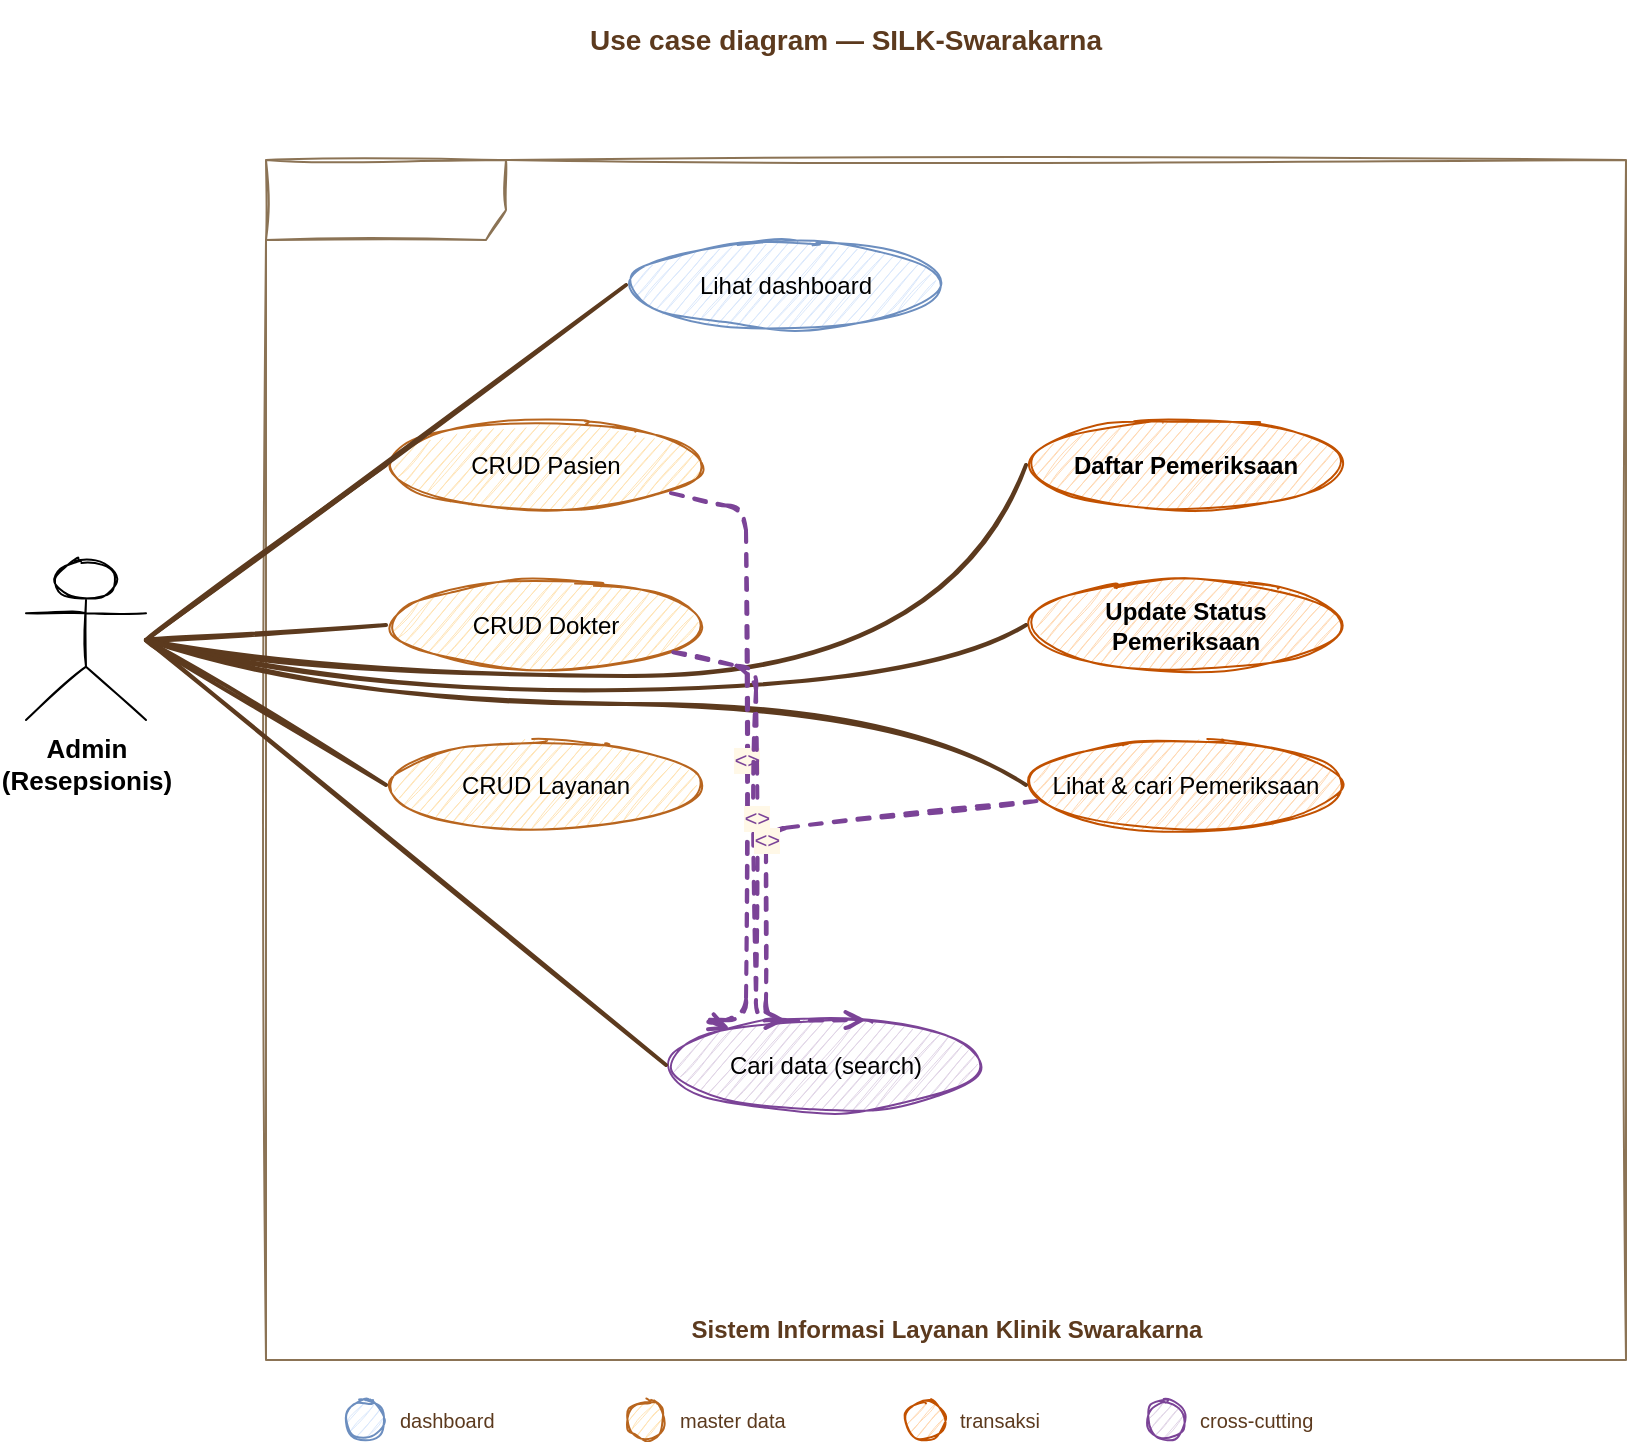
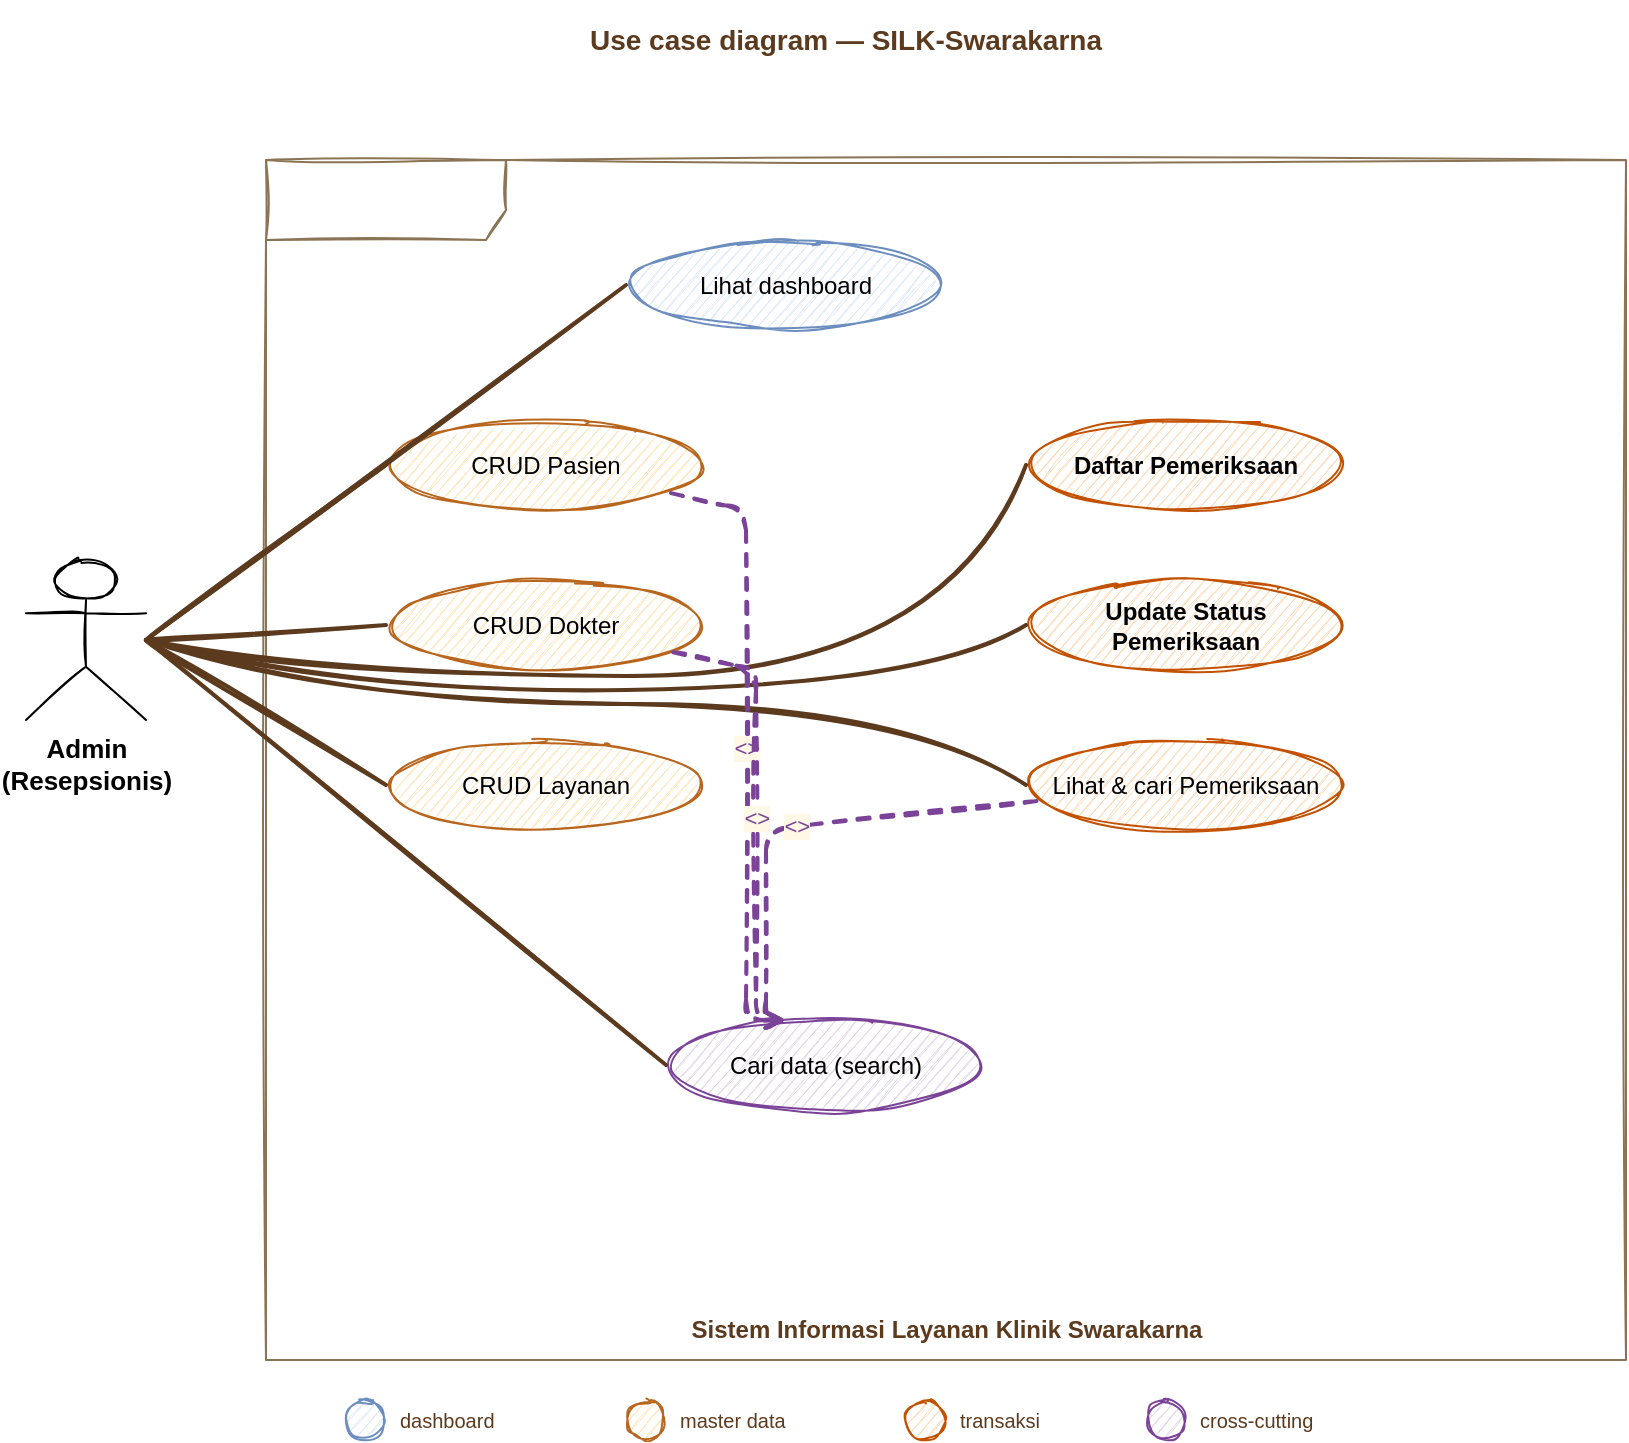
<?xml version="1.0" encoding="UTF-8"?>
<mxfile host="drawio" version="26.0.0">
  <diagram name="UML Use Case" id="uml-usecase-silk-swarakarna">
    <mxGraphModel dx="900" dy="800" grid="1" gridSize="10" guides="1" tooltips="1" connect="1" arrows="1" fold="1" page="1" pageScale="1" pageWidth="900" pageHeight="800" math="0" shadow="0">
      <root>
        <mxCell id="0" />
        <mxCell id="1" parent="0" />

        <mxCell id="title" value="Use case diagram — SILK-Swarakarna" style="text;html=1;align=center;verticalAlign=middle;whiteSpace=wrap;rounded=0;fontSize=14;fontStyle=1;fontColor=#5c3a1e;sketch=1;fontFamily=Helvetica;" vertex="1" parent="1">
          <mxGeometry x="60" y="20" width="780" height="40" as="geometry" />
        </mxCell>

        <mxCell id="boundary" value="" style="shape=umlFrame;whiteSpace=wrap;html=1;fillColor=none;strokeColor=#8b7355;sketch=1;width=120;height=40;" vertex="1" parent="1">
          <mxGeometry x="160" y="100" width="680" height="600" as="geometry" />
        </mxCell>
        <mxCell id="boundary-label" value="Sistem Informasi Layanan Klinik Swarakarna" style="text;html=1;align=center;verticalAlign=middle;fontSize=12;fontStyle=1;fontColor=#5c3a1e;sketch=0;fontFamily=Helvetica;" vertex="1" parent="boundary">
          <mxGeometry x="120" y="575" width="440" height="20" as="geometry" />
        </mxCell>

        <mxCell id="admin" value="Admin&#xa;(Resepsionis)" style="shape=umlActor;verticalLabelPosition=bottom;labelBackgroundColor=#ffffff;verticalAlign=top;html=1;outlineConnect=0;sketch=1;fontFamily=Helvetica;fontSize=13;fontStyle=1;" vertex="1" parent="1">
          <mxGeometry x="40" y="300" width="60" height="80" as="geometry" />
        </mxCell>

        <mxCell id="uc1" value="Lihat dashboard" style="ellipse;whiteSpace=wrap;html=1;fillColor=#dae8fc;strokeColor=#6c8ebf;sketch=1;fontFamily=Helvetica;fontSize=12;" vertex="1" parent="1">
          <mxGeometry x="340" y="140" width="160" height="45" as="geometry" />
        </mxCell>

        <mxCell id="uc2" value="CRUD Pasien" style="ellipse;whiteSpace=wrap;html=1;fillColor=#ffe4b5;strokeColor=#b8651e;sketch=1;fontFamily=Helvetica;fontSize=12;" vertex="1" parent="1">
          <mxGeometry x="220" y="230" width="160" height="45" as="geometry" />
        </mxCell>

        <mxCell id="uc3" value="CRUD Dokter" style="ellipse;whiteSpace=wrap;html=1;fillColor=#ffe4b5;strokeColor=#b8651e;sketch=1;fontFamily=Helvetica;fontSize=12;" vertex="1" parent="1">
          <mxGeometry x="220" y="310" width="160" height="45" as="geometry" />
        </mxCell>

        <mxCell id="uc4" value="CRUD Layanan" style="ellipse;whiteSpace=wrap;html=1;fillColor=#ffe4b5;strokeColor=#b8651e;sketch=1;fontFamily=Helvetica;fontSize=12;" vertex="1" parent="1">
          <mxGeometry x="220" y="390" width="160" height="45" as="geometry" />
        </mxCell>

        <mxCell id="uc5" value="Daftar Pemeriksaan" style="ellipse;whiteSpace=wrap;html=1;fillColor=#ffd9b3;strokeColor=#c25100;sketch=1;fontFamily=Helvetica;fontSize=12;fontStyle=1;" vertex="1" parent="1">
          <mxGeometry x="540" y="230" width="160" height="45" as="geometry" />
        </mxCell>

        <mxCell id="uc6" value="Update Status Pemeriksaan" style="ellipse;whiteSpace=wrap;html=1;fillColor=#ffd9b3;strokeColor=#c25100;sketch=1;fontFamily=Helvetica;fontSize=12;fontStyle=1;" vertex="1" parent="1">
          <mxGeometry x="540" y="310" width="160" height="45" as="geometry" />
        </mxCell>

        <mxCell id="uc7" value="Lihat &amp; cari Pemeriksaan" style="ellipse;whiteSpace=wrap;html=1;fillColor=#ffd9b3;strokeColor=#c25100;sketch=1;fontFamily=Helvetica;fontSize:12;" vertex="1" parent="1">
          <mxGeometry x="540" y="390" width="160" height="45" as="geometry" />
        </mxCell>

        <mxCell id="uc8" value="Cari data (search)" style="ellipse;whiteSpace=wrap;html=1;fillColor=#e1d5e7;strokeColor=#7b4397;sketch=1;fontFamily=Helvetica;fontSize=12;" vertex="1" parent="1">
          <mxGeometry x="360" y="530" width="160" height="45" as="geometry" />
        </mxCell>

        <mxCell id="a1" value="" style="endArrow=none;html=1;sketch=1;curved=1;strokeColor=#5c3a1e;strokeWidth=2;exitX=1;exitY=0.5;entryX=0;entryY=0.5;" edge="1" parent="1" source="admin" target="uc1">
          <mxGeometry relative="1" as="geometry" />
        </mxCell>
        <mxCell id="a2" value="" style="endArrow=none;html=1;sketch=1;curved=1;strokeColor=#5c3a1e;strokeWidth=2;exitX=1;exitY=0.5;entryX=0;entryY=0.5;" edge="1" parent="1" source="admin" target="uc2">
          <mxGeometry relative="1" as="geometry" />
        </mxCell>
        <mxCell id="a3" value="" style="endArrow=none;html=1;sketch=1;curved=1;strokeColor=#5c3a1e;strokeWidth=2;exitX=1;exitY=0.5;entryX=0;entryY=0.5;" edge="1" parent="1" source="admin" target="uc3">
          <mxGeometry relative="1" as="geometry" />
        </mxCell>
        <mxCell id="a4" value="" style="endArrow=none;html=1;sketch=1;curved=1;strokeColor=#5c3a1e;strokeWidth=2;exitX=1;exitY=0.5;entryX=0;entryY=0.5;" edge="1" parent="1" source="admin" target="uc4">
          <mxGeometry relative="1" as="geometry" />
        </mxCell>
        <mxCell id="a5" value="" style="endArrow=none;html=1;sketch=1;curved=1;strokeColor=#5c3a1e;strokeWidth=2;exitX=1;exitY=0.5;entryX=0;entryY=0.5;" edge="1" parent="1" source="admin" target="uc5">
          <mxGeometry relative="1" as="geometry">
            <Array as="points">
              <mxPoint x="180" y="358" />
              <mxPoint x="500" y="358" />
            </Array>
          </mxGeometry>
        </mxCell>
        <mxCell id="a6" value="" style="endArrow=none;html=1;sketch=1;curved=1;strokeColor=#5c3a1e;strokeWidth=2;exitX=1;exitY=0.5;entryX=0;entryY=0.5;" edge="1" parent="1" source="admin" target="uc6">
          <mxGeometry relative="1" as="geometry">
            <Array as="points">
              <mxPoint x="190" y="365" />
              <mxPoint x="490" y="365" />
            </Array>
          </mxGeometry>
        </mxCell>
        <mxCell id="a7" value="" style="endArrow=none;html=1;sketch=1;curved=1;strokeColor=#5c3a1e;strokeWidth=2;exitX=1;exitY=0.5;entryX=0;entryY=0.5;" edge="1" parent="1" source="admin" target="uc7">
          <mxGeometry relative="1" as="geometry">
            <Array as="points">
              <mxPoint x="200" y="372" />
              <mxPoint x="480" y="372" />
            </Array>
          </mxGeometry>
        </mxCell>
        <mxCell id="a8" value="" style="endArrow=none;html=1;sketch=1;curved=1;strokeColor=#5c3a1e;strokeWidth=2;exitX=1;exitY=0.5;entryX=0;entryY=0.5;" edge="1" parent="1" source="admin" target="uc8">
          <mxGeometry relative="1" as="geometry" />
        </mxCell>

        <mxCell id="inc1" value="&lt;&lt;include&gt;&gt;" style="endArrow=open;html=1;dashed=1;sketch=1;strokeColor=#7b4397;strokeWidth=2;fontSize=11;fontStyle=2;fontColor=#7b4397;fontFamily=Helvetica;labelBackgroundColor=#fff8e7;" edge="1" parent="1" source="uc2" target="uc8">
          <mxGeometry relative="1" as="geometry">
            <Array as="points">
              <mxPoint x="400" y="275" />
              <mxPoint x="400" y="530" />
-               <mxPoint x="380" y="530" />
+               <mxPoint x="420" y="530" />
            </Array>
          </mxGeometry>
        </mxCell>
        <mxCell id="inc2" value="&lt;&lt;include&gt;&gt;" style="endArrow=open;html=1;dashed=1;sketch=1;strokeColor=#7b4397;strokeWidth=2;fontSize=11;fontStyle=2;fontColor=#7b4397;fontFamily=Helvetica;labelBackgroundColor=#fff8e7;" edge="1" parent="1" source="uc3" target="uc8">
          <mxGeometry relative="1" as="geometry">
            <Array as="points">
              <mxPoint x="405" y="355" />
              <mxPoint x="405" y="530" />
              <mxPoint x="420" y="530" />
            </Array>
          </mxGeometry>
        </mxCell>
        <mxCell id="inc3" value="&lt;&lt;include&gt;&gt;" style="endArrow=open;html=1;dashed=1;sketch=1;strokeColor=#7b4397;strokeWidth=2;fontSize=11;fontStyle=2;fontColor=#7b4397;fontFamily=Helvetica;labelBackgroundColor=#fff8e7;" edge="1" parent="1" source="uc7" target="uc8">
          <mxGeometry relative="1" as="geometry">
            <Array as="points">
              <mxPoint x="410" y="435" />
              <mxPoint x="410" y="530" />
-               <mxPoint x="460" y="530" />
+               <mxPoint x="420" y="530" />
            </Array>
          </mxGeometry>
        </mxCell>

        <mxCell id="legend-1" value="" style="ellipse;whiteSpace=wrap;html=1;fillColor=#dae8fc;strokeColor=#6c8ebf;sketch=1;fontFamily=Helvetica;" vertex="1" parent="1">
          <mxGeometry x="200" y="720" width="20" height="20" as="geometry" />
        </mxCell>
        <mxCell id="legend-1-text" value="dashboard" style="text;html=1;align=left;verticalAlign=middle;fontSize=10;fontColor=#5c3a1e;fontFamily=Helvetica;" vertex="1" parent="1">
          <mxGeometry x="225" y="720" width="100" height="20" as="geometry" />
        </mxCell>
        <mxCell id="legend-2" value="" style="ellipse;whiteSpace=wrap;html=1;fillColor=#ffe4b5;strokeColor=#b8651e;sketch=1;fontFamily=Helvetica;" vertex="1" parent="1">
          <mxGeometry x="340" y="720" width="20" height="20" as="geometry" />
        </mxCell>
        <mxCell id="legend-2-text" value="master data" style="text;html=1;align=left;verticalAlign=middle;fontSize=10;fontColor=#5c3a1e;fontFamily=Helvetica;" vertex="1" parent="1">
          <mxGeometry x="365" y="720" width="100" height="20" as="geometry" />
        </mxCell>
        <mxCell id="legend-3" value="" style="ellipse;whiteSpace=wrap;html=1;fillColor=#ffd9b3;strokeColor=#c25100;sketch=1;fontFamily=Helvetica;" vertex="1" parent="1">
          <mxGeometry x="480" y="720" width="20" height="20" as="geometry" />
        </mxCell>
        <mxCell id="legend-3-text" value="transaksi" style="text;html=1;align=left;verticalAlign=middle;fontSize=10;fontColor=#5c3a1e;fontFamily=Helvetica;" vertex="1" parent="1">
          <mxGeometry x="505" y="720" width="80" height="20" as="geometry" />
        </mxCell>
        <mxCell id="legend-4" value="" style="ellipse;whiteSpace=wrap;html=1;fillColor=#e1d5e7;strokeColor=#7b4397;sketch=1;fontFamily=Helvetica;" vertex="1" parent="1">
          <mxGeometry x="600" y="720" width="20" height="20" as="geometry" />
        </mxCell>
        <mxCell id="legend-4-text" value="cross-cutting" style="text;html=1;align=left;verticalAlign=middle;fontSize=10;fontColor=#5c3a1e;fontFamily=Helvetica;" vertex="1" parent="1">
          <mxGeometry x="625" y="720" width="100" height="20" as="geometry" />
        </mxCell>

      </root>
    </mxGraphModel>
  </diagram>
</mxfile>
